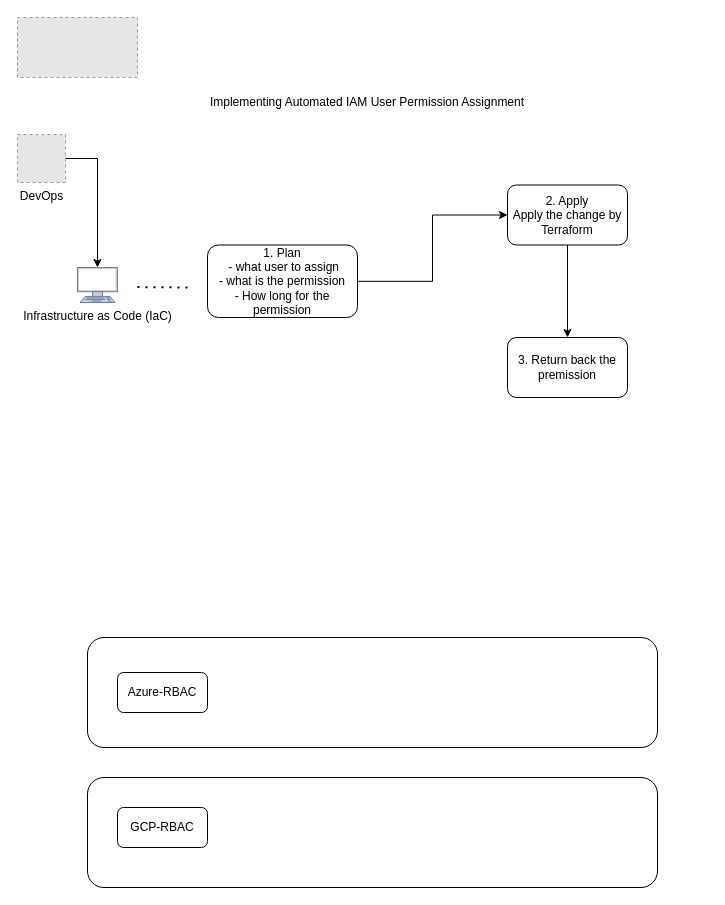
Before: Terraform-Cloud-RBAC.drawio in Tonyfu09/AWS, a draw.io diagram. Source tidied: cells renumbered, new cells numbered last; positions are measured from the earlier drawing's top-left corner, leaving out a move shared by most shapes. Both pictures are drawn from the tidied source at 100%, with x=0, y=0 at pixel (17, 17). Pictures stored in the file or linked from it are replaced by grey dashed boxes.
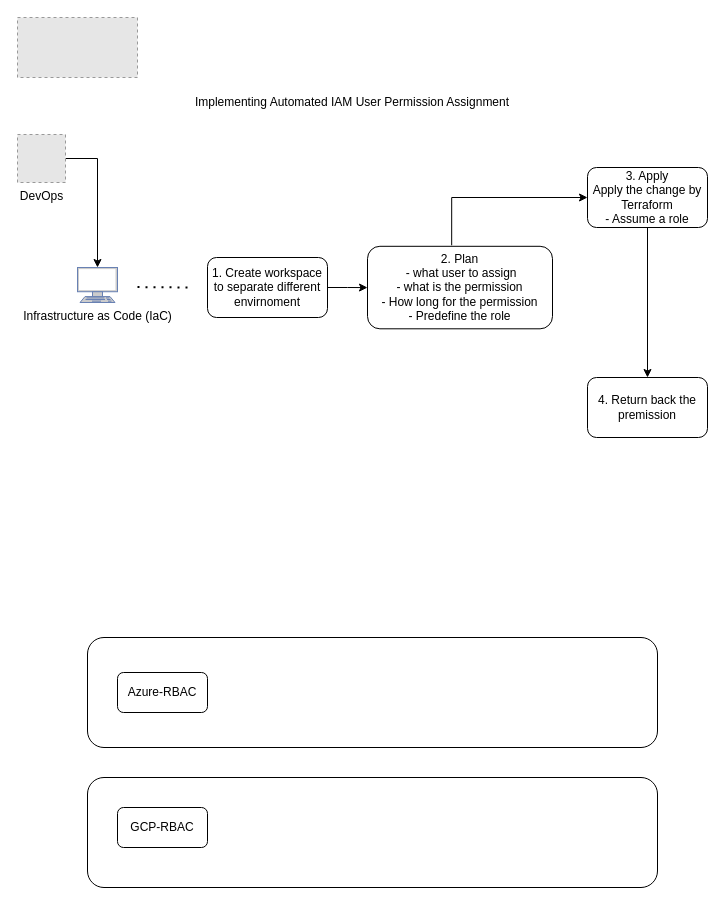
After the change.

What changed in the source:
```diff
@@
 <mxGraphModel>
   <root>
     <mxCell id="0" />
     <mxCell id="1" parent="0" />
     <mxCell id="2" style="rounded=1;whiteSpace=wrap;html=1;fillColor=none;" parent="1" vertex="1">
       <mxGeometry x="70" y="620" width="570" height="110" as="geometry" />
     </mxCell>
     <mxCell id="3" style="rounded=1;whiteSpace=wrap;html=1;fillColor=none;" parent="1" vertex="1">
       <mxGeometry x="70" y="760" width="570" height="110" as="geometry" />
     </mxCell>
-    <mxCell id="4" style="edgeStyle=orthogonalEdgeStyle;rounded=0;jettySize=auto;html=1;" parent="1" edge="1" source="5" target="15">
+    <mxCell id="4" style="edgeStyle=orthogonalEdgeStyle;rounded=0;jettySize=auto;html=1;exitX=0.455;exitY=-0.012;exitDx=0;exitDy=0;exitPerimeter=0;entryX=0;entryY=0.5;entryDx=0;entryDy=0;" parent="1" edge="1" source="5" target="15">
       <mxGeometry relative="1" as="geometry" />
     </mxCell>
-    <mxCell id="5" value="1. Plan &lt;br&gt;&amp;nbsp;- what user to assign&lt;br&gt;- what is the permission&lt;br&gt;- How long for the permission" style="rounded=1;whiteSpace=wrap;html=1;gradientColor=none;" parent="1" vertex="1">
-      <mxGeometry x="190" y="227.5" width="150" height="72.5" as="geometry" />
+    <mxCell id="5" value="2. Plan &lt;br&gt;&amp;nbsp;- what user to assign&lt;br&gt;- what is the permission&lt;br&gt;- How long for the permission&lt;br&gt;- Predefine the role" style="rounded=1;whiteSpace=wrap;html=1;gradientColor=none;" parent="1" vertex="1">
+      <mxGeometry x="350" y="228.8" width="185" height="82.5" as="geometry" />
     </mxCell>
     <mxCell id="6" value="Azure-RBAC" style="rounded=1;whiteSpace=wrap;html=1;" parent="1" vertex="1">
       <mxGeometry x="100" y="655" width="90" height="40" as="geometry" />
     </mxCell>
     <mxCell id="7" value="GCP-RBAC" style="rounded=1;whiteSpace=wrap;html=1;" parent="1" vertex="1">
       <mxGeometry x="100" y="790" width="90" height="40" as="geometry" />
     </mxCell>
     <mxCell id="8" style="endArrow=none;dashed=1;html=1;dashPattern=1 3;strokeWidth=2;rounded=0;" parent="1" edge="1">
       <mxGeometry relative="1" as="geometry">
         <mxPoint x="120" y="269.6" as="sourcePoint" />
         <mxPoint x="170" y="270" as="targetPoint" />
       </mxGeometry>
     </mxCell>
     <mxCell id="9" style="fillColor=#E6E6E6;strokeColor=#999999;dashed=1;verticalLabelPosition=bottom;verticalAlign=top;" parent="1" vertex="1">
       <mxGeometry width="120" height="60" as="geometry" />
     </mxCell>
     <mxCell id="10" value="&lt;font color=&quot;#000000&quot;&gt;Infrastructure as Code (IaC)&lt;/font&gt;" style="fontColor=#0066CC;verticalAlign=top;verticalLabelPosition=bottom;labelPosition=center;align=center;html=1;outlineConnect=0;fillColor=#CCCCCC;strokeColor=#6881B3;gradientColor=none;gradientDirection=north;strokeWidth=2;shape=mxgraph.networks.terminal;" parent="1" vertex="1">
       <mxGeometry x="60" y="250" width="40" height="35" as="geometry" />
     </mxCell>
     <mxCell id="11" style="edgeStyle=orthogonalEdgeStyle;rounded=0;jettySize=auto;html=1;" parent="1" edge="1" source="12" target="10">
       <mxGeometry relative="1" as="geometry" />
     </mxCell>
     <mxCell id="12" value="DevOps" style="fillColor=#E6E6E6;strokeColor=#999999;dashed=1;html=1;verticalAlign=top;verticalLabelPosition=bottom;labelBackgroundColor=#ffffff;" parent="1" vertex="1">
       <mxGeometry y="117" width="48" height="48" as="geometry" />
     </mxCell>
     <mxCell id="13" value="Implementing Automated IAM User Permission Assignment" style="text;html=1;strokeColor=none;fillColor=none;align=center;verticalAlign=middle;whiteSpace=wrap;rounded=0;" parent="1" vertex="1">
-      <mxGeometry x="180" y="70" width="340" height="30" as="geometry" />
+      <mxGeometry x="165" y="70" width="340" height="30" as="geometry" />
     </mxCell>
     <mxCell id="14" style="edgeStyle=orthogonalEdgeStyle;rounded=0;jettySize=auto;html=1;" parent="1" edge="1" source="15" target="16">
       <mxGeometry relative="1" as="geometry" />
     </mxCell>
-    <mxCell id="15" value="2. Apply&lt;br&gt;Apply the change by Terraform" style="whiteSpace=wrap;html=1;rounded=1;gradientColor=none;" parent="1" vertex="1">
-      <mxGeometry x="490" y="167.5" width="120" height="60" as="geometry" />
+    <mxCell id="15" value="3. Apply&lt;br&gt;Apply the change by Terraform&lt;br&gt;- Assume a role" style="whiteSpace=wrap;html=1;rounded=1;gradientColor=none;" parent="1" vertex="1">
+      <mxGeometry x="570" y="150" width="120" height="60" as="geometry" />
     </mxCell>
-    <mxCell id="16" value="3. Return back the premission" style="whiteSpace=wrap;html=1;rounded=1;gradientColor=none;" parent="1" vertex="1">
-      <mxGeometry x="490" y="320" width="120" height="60" as="geometry" />
+    <mxCell id="16" value="4. Return back the premission" style="whiteSpace=wrap;html=1;rounded=1;gradientColor=none;" parent="1" vertex="1">
+      <mxGeometry x="570" y="360" width="120" height="60" as="geometry" />
     </mxCell>
+    <mxCell id="17" style="edgeStyle=orthogonalEdgeStyle;rounded=0;jettySize=auto;html=1;" parent="1" edge="1" source="18" target="5">
+      <mxGeometry relative="1" as="geometry" />
+    </mxCell>
+    <mxCell id="18" value="1. Create workspace to separate different envirnoment" style="rounded=1;whiteSpace=wrap;html=1;" parent="1" vertex="1">
+      <mxGeometry x="190" y="240" width="120" height="60" as="geometry" />
+    </mxCell>
   </root>
 </mxGraphModel>
```
